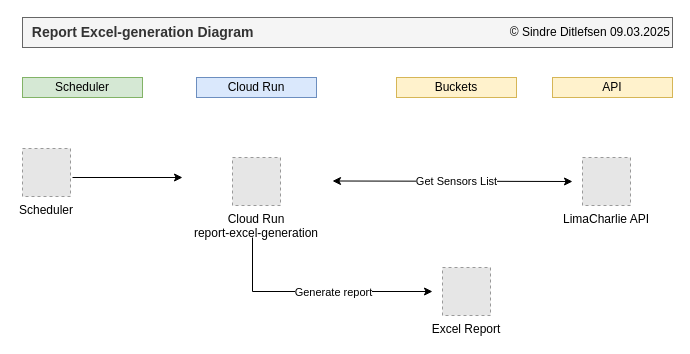
Earlier version of the draw.io diagram report-excel-generation/_docs/report-excel-generation-diagram.drawio (ditlef9/python-nextjs-postgresql-devsecops-gcp). Source tidied: cells renumbered, new cells numbered last; positions are measured from the earlier drawing's top-left corner, leaving out a move shared by most shapes. Both pictures are drawn from the tidied source at 100%, with x=0, y=0 at pixel (22, 17). Pictures stored in the file or linked from it are replaced by grey dashed boxes.
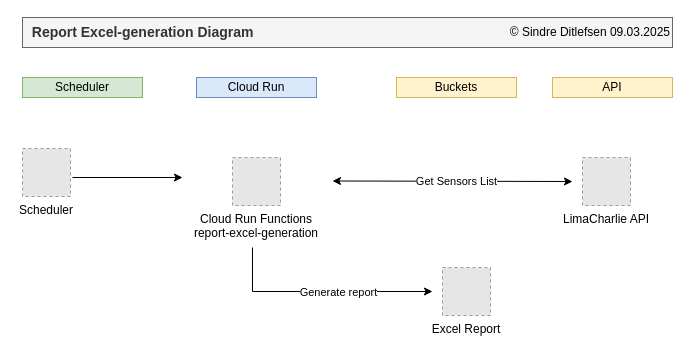
Above is the later version.

Diff of the diagram source:
```diff
@@
-    <mxCell id="8" value="Cloud Run&#10;report-excel-generation" style="fillColor=#E6E6E6;strokeColor=#999999;dashed=1;verticalLabelPosition=bottom;labelBackgroundColor=default;verticalAlign=top;" parent="1" vertex="1">
+    <mxCell id="8" value="Cloud Run Functions&#10;report-excel-generation" style="fillColor=#E6E6E6;strokeColor=#999999;dashed=1;verticalLabelPosition=bottom;labelBackgroundColor=default;verticalAlign=top;" parent="1" vertex="1">
       <mxGeometry x="210" y="140" width="48" height="48" as="geometry" />
     </mxCell>
     <mxCell id="9" style="endArrow=classic;html=1;rounded=0;entryX=0;entryY=0.5;entryDx=0;entryDy=0;" parent="1" edge="1">
       <mxGeometry relative="1" as="geometry">
-        <mxPoint x="230" y="220" as="sourcePoint" />
+        <mxPoint x="230" y="230" as="sourcePoint" />
         <mxPoint x="410" y="274" as="targetPoint" />
         <Array as="points">
           <mxPoint x="230" y="274" />
         </Array>
       </mxGeometry>
     </mxCell>
```
